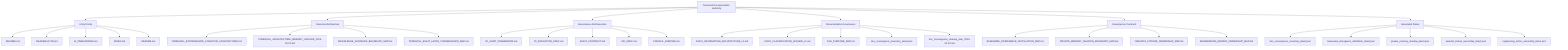
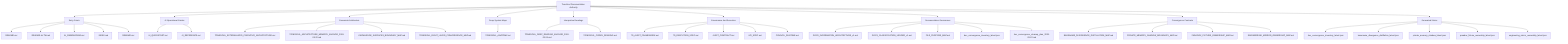
graph TD
    root["ToneSoul Documentation Authority"]
    root --> entrypoints["Entry Points"]
    entrypoints --> entrypoints_1["README.md"]
    entrypoints --> entrypoints_2["README.zh-TW.md"]
    entrypoints --> entrypoints_3["AI_ONBOARDING.md"]
    entrypoints --> entrypoints_4["INDEX.md"]
    entrypoints --> entrypoints_5["README.md"]
+     root --> ai_operational_guides["AI Operational Guides"]
+     ai_operational_guides --> ai_operational_guides_1["AI_QUICKSTART.md"]
+     ai_operational_guides --> ai_operational_guides_2["AI_REFERENCE.md"]
    root --> canonical_architecture["Canonical Architecture"]
    canonical_architecture --> canonical_architecture_1["TONESOUL_EXTERNALIZED_COGNITIVE_ARCHITECTURE.md"]
    canonical_architecture --> canonical_architecture_2["TONESOUL_ARCHITECTURE_MEMORY_ANCHOR_2026-03-22.md"]
    canonical_architecture --> canonical_architecture_3["KNOWLEDGE_SURFACES_BOUNDARY_MAP.md"]
    canonical_architecture --> canonical_architecture_4["TONESOUL_EIGHT_LAYER_CONVERGENCE_MAP.md"]
+     root --> deep_system_maps["Deep System Maps"]
+     deep_system_maps --> deep_system_maps_1["TONESOUL_ANATOMY.md"]
+     root --> interpretive_readings["Interpretive Readings"]
+     interpretive_readings --> interpretive_readings_1["TONESOUL_DEEP_READING_ANCHOR_2026-03-26.md"]
+     interpretive_readings --> interpretive_readings_2["TONESOUL_CODEX_READING.md"]
    root --> governance_execution["Governance And Execution"]
    governance_execution --> governance_execution_1["7D_AUDIT_FRAMEWORK.md"]
    governance_execution --> governance_execution_2["7D_EXECUTION_SPEC.md"]
    governance_execution --> governance_execution_3["AUDIT_CONTRACT.md"]
    governance_execution --> governance_execution_4["API_SPEC.md"]
    governance_execution --> governance_execution_5["COUNCIL_RUNTIME.md"]
    root --> doc_governance["Documentation Governance"]
    doc_governance --> doc_governance_1["DOCS_INFORMATION_ARCHITECTURE_v1.md"]
    doc_governance --> doc_governance_2["DOCS_CLASSIFICATION_LEDGER_v1.md"]
    doc_governance --> doc_governance_3["FILE_PURPOSE_MAP.md"]
    doc_governance --> doc_governance_4["doc_convergence_inventory_latest.json"]
    doc_governance --> doc_governance_5["doc_convergence_cleanup_plan_2026-03-22.md"]
    root --> convergence_contracts["Convergence Contracts"]
    convergence_contracts --> convergence_contracts_1["BASENAME_DIVERGENCE_DISTILLATION_MAP.md"]
    convergence_contracts --> convergence_contracts_2["PRIVATE_MEMORY_SHADOW_BOUNDARY_MAP.md"]
    convergence_contracts --> convergence_contracts_3["PARADOX_FIXTURE_OWNERSHIP_MAP.md"]
    convergence_contracts --> convergence_contracts_4["ENGINEERING_MIRROR_OWNERSHIP_MAP.md"]
    root --> generated_status["Generated Status"]
    generated_status --> generated_status_1["doc_convergence_inventory_latest.json"]
    generated_status --> generated_status_2["basename_divergence_distillation_latest.json"]
    generated_status --> generated_status_3["private_memory_shadow_latest.json"]
    generated_status --> generated_status_4["paradox_fixture_ownership_latest.json"]
    generated_status --> generated_status_5["engineering_mirror_ownership_latest.json"]
